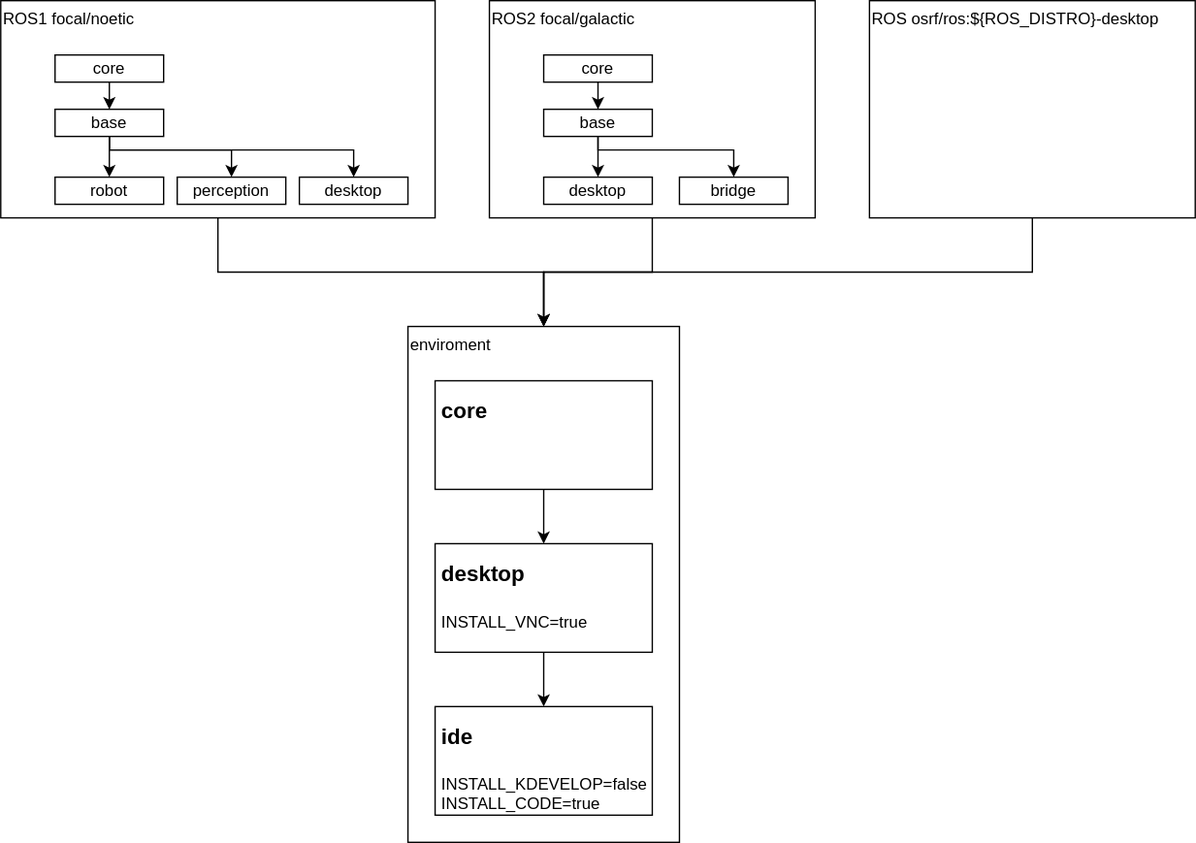
Earlier version of the draw.io export uml-container.draw.io.svg (tuw-robotics/docker). Source tidied: cells renumbered, new cells last; positions are measured from the earlier drawing's top-left corner, leaving out a move shared by most shapes.
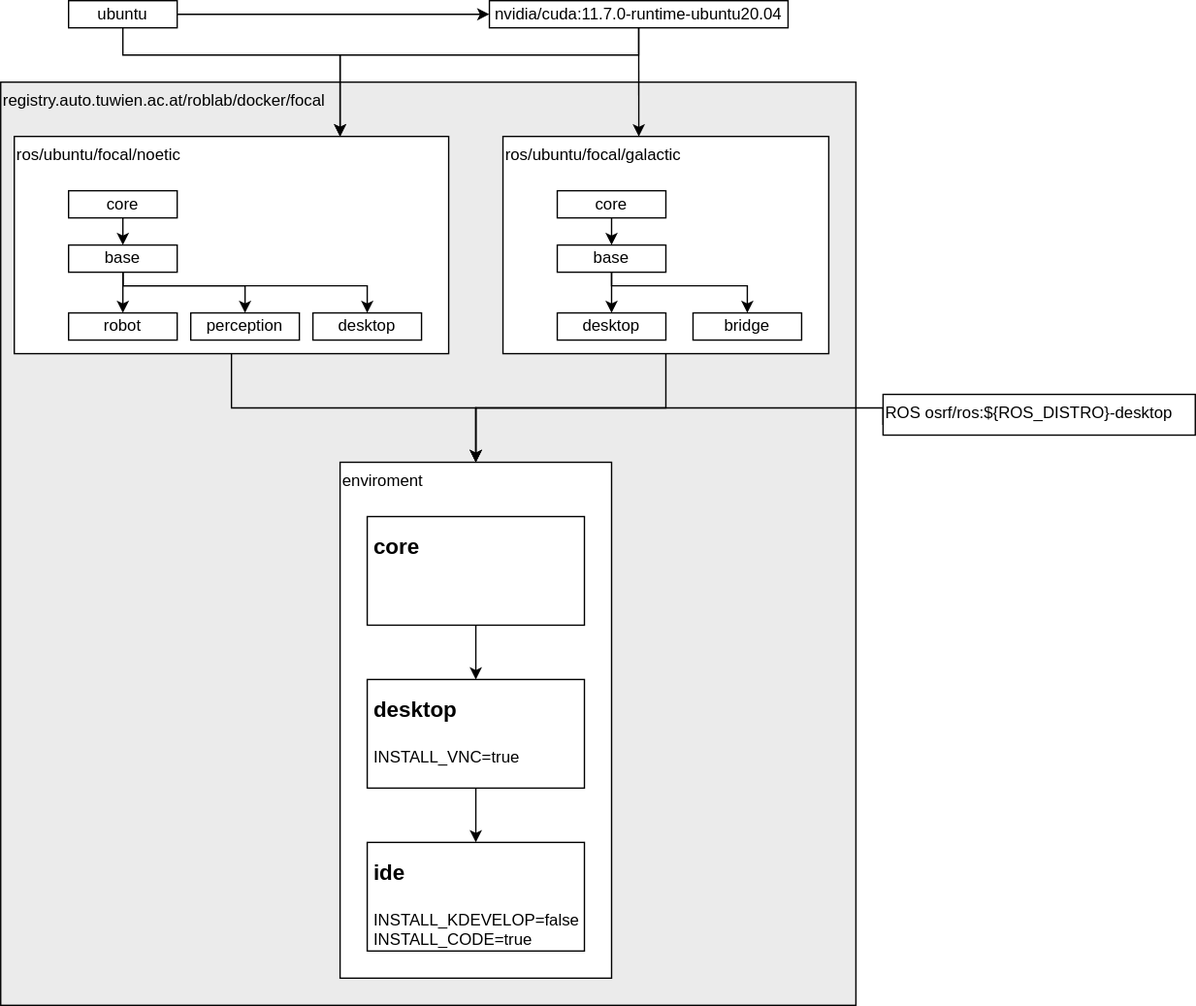
After the commit.

The edit, as a diff of the source:
```diff
@@ -2,15 +2,21 @@
   <root>
     <mxCell id="0" />
     <mxCell id="1" parent="0" />
+    <mxCell id="30" value="registry.auto.tuwien.ac.at/roblab/docker/focal" style="rounded=0;whiteSpace=wrap;html=1;fontSize=12;strokeColor=default;fillColor=#EBEBEB;verticalAlign=top;align=left;" parent="1" vertex="1">
+      <mxGeometry x="-10" y="-40" width="630" height="680" as="geometry" />
+    </mxCell>
+    <mxCell id="29" value="enviroment" style="rounded=0;whiteSpace=wrap;html=1;fillColor=default;horizontal=1;verticalAlign=top;align=left;" parent="1" vertex="1">
+      <mxGeometry x="240" y="240" width="200" height="380" as="geometry" />
+    </mxCell>
     <mxCell id="2" style="edgeStyle=orthogonalEdgeStyle;rounded=0;jettySize=auto;html=1;fontSize=12;entryX=0.5;entryY=0;entryDx=0;entryDy=0;" parent="1" edge="1" source="3" target="29">
       <mxGeometry relative="1" as="geometry">
         <Array as="points">
           <mxPoint x="160" y="200" />
-          <mxPoint x="400" y="200" />
+          <mxPoint x="340" y="200" />
         </Array>
       </mxGeometry>
     </mxCell>
-    <mxCell id="3" value="ROS1 focal/noetic" style="rounded=0;whiteSpace=wrap;html=1;fillColor=none;horizontal=1;verticalAlign=top;align=left;" parent="1" vertex="1">
+    <mxCell id="3" value="ros/ubuntu/focal/noetic" style="rounded=0;whiteSpace=wrap;html=1;fillColor=default;horizontal=1;verticalAlign=top;align=left;" parent="1" vertex="1">
       <mxGeometry width="320" height="160" as="geometry" />
     </mxCell>
     <mxCell id="4" style="edgeStyle=orthogonalEdgeStyle;rounded=0;jettySize=auto;html=1;exitX=0.5;exitY=1;exitDx=0;exitDy=0;entryX=0.5;entryY=0;entryDx=0;entryDy=0;" parent="1" edge="1" source="5" target="9">
@@ -58,11 +64,11 @@
       <mxGeometry relative="1" as="geometry">
         <Array as="points">
           <mxPoint x="480" y="200" />
-          <mxPoint x="400" y="200" />
+          <mxPoint x="340" y="200" />
         </Array>
       </mxGeometry>
     </mxCell>
-    <mxCell id="14" value="ROS2 focal/galactic" style="rounded=0;whiteSpace=wrap;html=1;fillColor=none;horizontal=1;verticalAlign=top;align=left;" parent="1" vertex="1">
+    <mxCell id="14" value="ros/ubuntu/focal/galactic" style="rounded=0;whiteSpace=wrap;html=1;fillColor=default;horizontal=1;verticalAlign=top;align=left;" parent="1" vertex="1">
       <mxGeometry x="360" width="240" height="160" as="geometry" />
     </mxCell>
     <mxCell id="15" style="edgeStyle=orthogonalEdgeStyle;rounded=0;jettySize=auto;html=1;exitX=0.5;exitY=1;exitDx=0;exitDy=0;entryX=0.5;entryY=0;entryDx=0;entryDy=0;" parent="1" edge="1" source="16" target="19">
@@ -99,30 +105,60 @@
       <mxGeometry relative="1" as="geometry" />
     </mxCell>
     <mxCell id="23" value="&lt;p style=&quot;line-height: 0.7;&quot;&gt;&lt;/p&gt;&lt;h1&gt;&lt;font style=&quot;font-size: 16px;&quot;&gt;core&lt;/font&gt;&lt;/h1&gt;&lt;p&gt;&lt;/p&gt;" style="text;html=1;strokeColor=default;fillColor=none;spacing=5;spacingTop=-20;whiteSpace=wrap;overflow=hidden;rounded=0;" parent="1" vertex="1">
-      <mxGeometry x="320" y="280" width="160" height="80" as="geometry" />
+      <mxGeometry x="260" y="280" width="160" height="80" as="geometry" />
     </mxCell>
     <mxCell id="24" style="edgeStyle=orthogonalEdgeStyle;rounded=0;jettySize=auto;html=1;exitX=0.5;exitY=1;exitDx=0;exitDy=0;entryX=0.5;entryY=0;entryDx=0;entryDy=0;fontSize=16;" parent="1" edge="1" source="25" target="26">
       <mxGeometry relative="1" as="geometry" />
     </mxCell>
     <mxCell id="25" value="&lt;p style=&quot;line-height: 0.7;&quot;&gt;&lt;/p&gt;&lt;h1&gt;&lt;font style=&quot;font-size: 16px;&quot;&gt;desktop&lt;/font&gt;&lt;/h1&gt;&lt;div&gt;&lt;font style=&quot;font-size: 12px;&quot;&gt;INSTALL_VNC=true&lt;/font&gt;&lt;/div&gt;&lt;p&gt;&lt;/p&gt;" style="text;html=1;strokeColor=default;fillColor=none;spacing=5;spacingTop=-20;whiteSpace=wrap;overflow=hidden;rounded=0;" parent="1" vertex="1">
-      <mxGeometry x="320" y="400" width="160" height="80" as="geometry" />
+      <mxGeometry x="260" y="400" width="160" height="80" as="geometry" />
     </mxCell>
     <mxCell id="26" value="&lt;p style=&quot;line-height: 0.7;&quot;&gt;&lt;/p&gt;&lt;h1&gt;&lt;font style=&quot;font-size: 16px;&quot;&gt;ide&lt;/font&gt;&lt;/h1&gt;&lt;div&gt;&lt;font style=&quot;font-size: 12px;&quot;&gt;INSTALL_KDEVELOP=false&amp;nbsp;&lt;br&gt;&lt;/font&gt;&lt;/div&gt;&lt;div&gt;&lt;font style=&quot;font-size: 12px;&quot;&gt;&lt;font style=&quot;font-size: 12px;&quot;&gt;INSTALL_CODE=true&amp;nbsp;&lt;/font&gt;&lt;br&gt;&lt;/font&gt;&lt;/div&gt;&lt;p&gt;&lt;/p&gt;" style="text;html=1;strokeColor=default;fillColor=none;spacing=5;spacingTop=-20;whiteSpace=wrap;overflow=hidden;rounded=0;" parent="1" vertex="1">
-      <mxGeometry x="320" y="520" width="160" height="80" as="geometry" />
+      <mxGeometry x="260" y="520" width="160" height="80" as="geometry" />
     </mxCell>
-    <mxCell id="27" style="edgeStyle=orthogonalEdgeStyle;rounded=0;jettySize=auto;html=1;entryX=0.5;entryY=0;entryDx=0;entryDy=0;fontSize=12;" parent="1" edge="1" source="28" target="29">
+    <mxCell id="27" style="edgeStyle=orthogonalEdgeStyle;rounded=0;jettySize=auto;html=1;entryX=0.5;entryY=0;entryDx=0;entryDy=0;fontSize=12;exitX=0;exitY=0.75;exitDx=0;exitDy=0;" parent="1" edge="1" source="28" target="29">
       <mxGeometry relative="1" as="geometry">
         <Array as="points">
-          <mxPoint x="760" y="200" />
-          <mxPoint x="400" y="200" />
+          <mxPoint x="640" y="200" />
+          <mxPoint x="340" y="200" />
         </Array>
       </mxGeometry>
     </mxCell>
     <mxCell id="28" value="ROS&amp;nbsp;osrf/ros:${ROS_DISTRO}-desktop" style="rounded=0;whiteSpace=wrap;html=1;fillColor=none;horizontal=1;verticalAlign=top;align=left;" parent="1" vertex="1">
-      <mxGeometry x="640" width="240" height="160" as="geometry" />
+      <mxGeometry x="640" y="190" width="230" height="30" as="geometry" />
     </mxCell>
-    <mxCell id="29" value="enviroment" style="rounded=0;whiteSpace=wrap;html=1;fillColor=none;horizontal=1;verticalAlign=top;align=left;" parent="1" vertex="1">
-      <mxGeometry x="300" y="240" width="200" height="380" as="geometry" />
-    </mxCell>
+    <mxCell id="31" style="edgeStyle=orthogonalEdgeStyle;rounded=0;jettySize=auto;html=1;fontSize=12;" parent="1" edge="1" source="33" target="36">
+      <mxGeometry relative="1" as="geometry" />
+    </mxCell>
+    <mxCell id="32" style="edgeStyle=orthogonalEdgeStyle;rounded=0;jettySize=auto;html=1;fontSize=12;entryX=0.75;entryY=0;entryDx=0;entryDy=0;" parent="1" edge="1" source="33" target="3">
+      <mxGeometry relative="1" as="geometry">
+        <Array as="points">
+          <mxPoint x="80" y="-60" />
+          <mxPoint x="240" y="-60" />
+        </Array>
+      </mxGeometry>
+    </mxCell>
+    <mxCell id="33" value="ubuntu" style="rounded=0;whiteSpace=wrap;html=1;fillColor=none;" parent="1" vertex="1">
+      <mxGeometry x="40" y="-100" width="80" height="20" as="geometry" />
+    </mxCell>
+    <mxCell id="34" style="edgeStyle=orthogonalEdgeStyle;rounded=0;jettySize=auto;html=1;exitX=0.5;exitY=1;exitDx=0;exitDy=0;fontSize=12;entryX=0.417;entryY=0;entryDx=0;entryDy=0;entryPerimeter=0;" parent="1" edge="1" source="36" target="14">
+      <mxGeometry relative="1" as="geometry">
+        <Array as="points">
+          <mxPoint x="460" y="-80" />
+        </Array>
+      </mxGeometry>
+    </mxCell>
+    <mxCell id="35" style="edgeStyle=orthogonalEdgeStyle;rounded=0;jettySize=auto;html=1;fontSize=12;entryX=0.75;entryY=0;entryDx=0;entryDy=0;exitX=0.5;exitY=1;exitDx=0;exitDy=0;" parent="1" edge="1" source="36" target="3">
+      <mxGeometry relative="1" as="geometry">
+        <Array as="points">
+          <mxPoint x="460" y="-80" />
+          <mxPoint x="460" y="-60" />
+          <mxPoint x="240" y="-60" />
+        </Array>
+      </mxGeometry>
+    </mxCell>
+    <mxCell id="36" value="nvidia/cuda:11.7.0-runtime-ubuntu20.04" style="rounded=0;whiteSpace=wrap;html=1;fillColor=none;" parent="1" vertex="1">
+      <mxGeometry x="350" y="-100" width="220" height="20" as="geometry" />
+    </mxCell>
   </root>
 </mxGraphModel>
```
